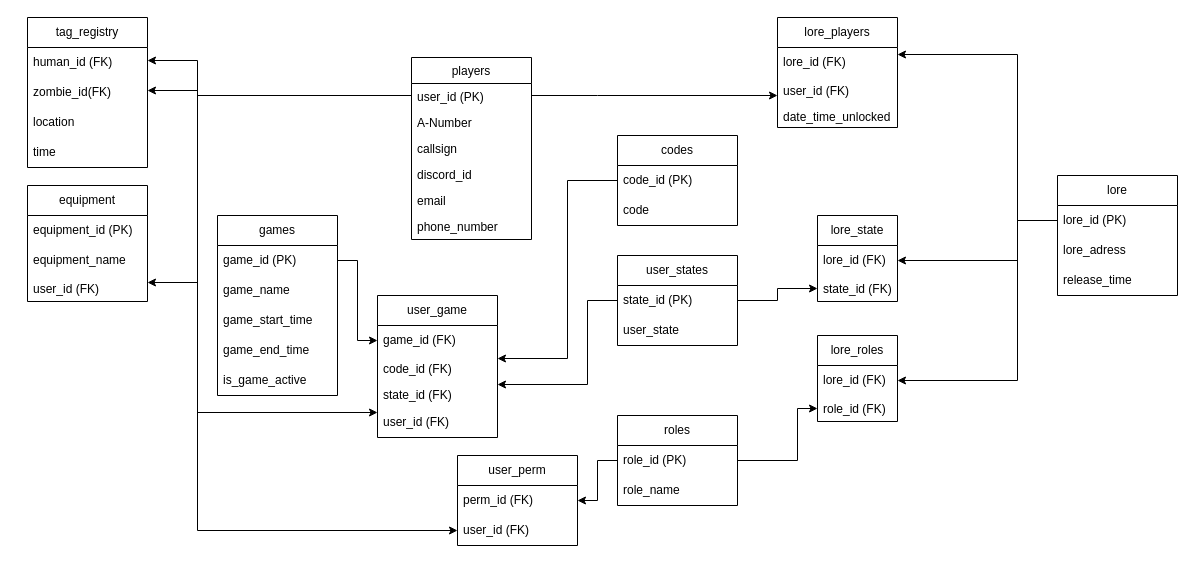
Before: HvZ SQL outline.drawio in hutonahill/HvZ_USU_Site, a draw.io diagram. Source tidied: cells renumbered, new cells numbered last; positions are measured from the earlier drawing's top-left corner, leaving out a move shared by most shapes. Both pictures are drawn from the tidied source at 100%, with x=0, y=0 at pixel (27, 17).
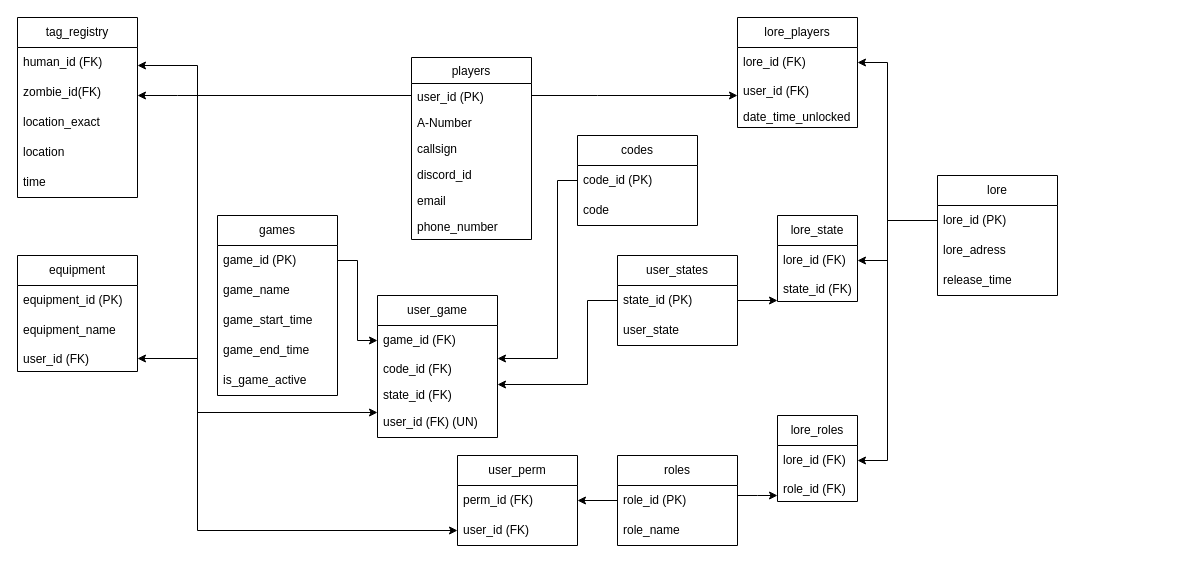
Above is the later version.

Commit message:
reformated SQL outline

Unchanged cells that the change refers to:
```xml
<mxCell id="3" value="user_id (PK)" style="text;align=left;verticalAlign=top;spacingLeft=4;spacingRight=4;overflow=hidden;points=[[0,0.5],[1,0.5]];portConstraint=eastwest;rounded=0;shadow=0;html=0;" parent="2" vertex="1">
  <mxGeometry y="26" width="120" height="26" as="geometry" />
</mxCell>
<mxCell id="10" value="code_id (PK)" style="text;strokeColor=none;fillColor=none;align=left;verticalAlign=middle;spacingLeft=4;spacingRight=4;overflow=hidden;points=[[0,0.5],[1,0.5]];portConstraint=eastwest;whiteSpace=wrap;html=1;" parent="9" vertex="1">
  <mxGeometry y="30" width="120" height="30" as="geometry" />
</mxCell>
<mxCell id="14" value="state_id (PK)" style="text;strokeColor=none;fillColor=none;align=left;verticalAlign=middle;spacingLeft=4;spacingRight=4;overflow=hidden;points=[[0,0.5],[1,0.5]];portConstraint=eastwest;whiteSpace=wrap;html=1;" parent="13" vertex="1">
  <mxGeometry y="30" width="120" height="30" as="geometry" />
</mxCell>
<mxCell id="17" value="role_id (PK)" style="text;strokeColor=none;fillColor=none;align=left;verticalAlign=middle;spacingLeft=4;spacingRight=4;overflow=hidden;points=[[0,0.5],[1,0.5]];portConstraint=eastwest;whiteSpace=wrap;html=1;" parent="16" vertex="1">
  <mxGeometry y="30" width="120" height="30" as="geometry" />
</mxCell>
<mxCell id="20" value="human_id (FK)" style="text;strokeColor=none;fillColor=none;align=left;verticalAlign=middle;spacingLeft=4;spacingRight=4;overflow=hidden;points=[[0,0.5],[1,0.5]];portConstraint=eastwest;whiteSpace=wrap;html=1;" parent="19" vertex="1">
  <mxGeometry y="30" width="120" height="30" as="geometry" />
</mxCell>
<mxCell id="21" value="zombie_id(FK)" style="text;strokeColor=none;fillColor=none;align=left;verticalAlign=middle;spacingLeft=4;spacingRight=4;overflow=hidden;points=[[0,0.5],[1,0.5]];portConstraint=eastwest;whiteSpace=wrap;html=1;" parent="19" vertex="1">
  <mxGeometry y="60" width="120" height="30" as="geometry" />
</mxCell>
<mxCell id="28" value="lore_id (PK)" style="text;strokeColor=none;fillColor=none;align=left;verticalAlign=middle;spacingLeft=4;spacingRight=4;overflow=hidden;points=[[0,0.5],[1,0.5]];portConstraint=eastwest;whiteSpace=wrap;html=1;" parent="27" vertex="1">
  <mxGeometry y="30" width="120" height="30" as="geometry" />
</mxCell>
<mxCell id="32" value="lore_id (FK)" style="text;strokeColor=none;fillColor=none;align=left;verticalAlign=middle;spacingLeft=4;spacingRight=4;overflow=hidden;points=[[0,0.5],[1,0.5]];portConstraint=eastwest;whiteSpace=wrap;html=1;" parent="31" vertex="1">
  <mxGeometry y="30" width="120" height="30" as="geometry" />
</mxCell>
<mxCell id="39" value="user_id (FK)" style="text;align=left;verticalAlign=top;spacingLeft=4;spacingRight=4;overflow=hidden;points=[[0,0.5],[1,0.5]];portConstraint=eastwest;rounded=0;shadow=0;html=0;" parent="36" vertex="1">
  <mxGeometry y="90" width="120" height="26" as="geometry" />
</mxCell>
<mxCell id="43" value="lore_id (FK)" style="text;strokeColor=none;fillColor=none;align=left;verticalAlign=middle;spacingLeft=4;spacingRight=4;overflow=hidden;points=[[0,0.5],[1,0.5]];portConstraint=eastwest;whiteSpace=wrap;html=1;" parent="42" vertex="1">
  <mxGeometry y="30" width="80" height="30" as="geometry" />
</mxCell>
<mxCell id="44" value="state_id (FK)" style="text;align=left;verticalAlign=top;spacingLeft=4;spacingRight=4;overflow=hidden;points=[[0,0.5],[1,0.5]];portConstraint=eastwest;rounded=0;shadow=0;html=0;" parent="42" vertex="1">
  <mxGeometry y="60" width="80" height="26" as="geometry" />
</mxCell>
<mxCell id="53" value="lore_id (FK)" style="text;strokeColor=none;fillColor=none;align=left;verticalAlign=middle;spacingLeft=4;spacingRight=4;overflow=hidden;points=[[0,0.5],[1,0.5]];portConstraint=eastwest;whiteSpace=wrap;html=1;" parent="52" vertex="1">
  <mxGeometry y="30" width="80" height="30" as="geometry" />
</mxCell>
<mxCell id="54" value="role_id (FK)" style="text;align=left;verticalAlign=top;spacingLeft=4;spacingRight=4;overflow=hidden;points=[[0,0.5],[1,0.5]];portConstraint=eastwest;rounded=0;shadow=0;html=0;" parent="52" vertex="1">
  <mxGeometry y="60" width="80" height="26" as="geometry" />
</mxCell>
<mxCell id="58" value="game_id (PK)" style="text;strokeColor=none;fillColor=none;align=left;verticalAlign=middle;spacingLeft=4;spacingRight=4;overflow=hidden;points=[[0,0.5],[1,0.5]];portConstraint=eastwest;whiteSpace=wrap;html=1;" parent="57" vertex="1">
  <mxGeometry y="30" width="120" height="30" as="geometry" />
</mxCell>
<mxCell id="63" value="user_game" style="swimlane;fontStyle=0;horizontal=1;startSize=30;whiteSpace=wrap;html=1;" parent="1" vertex="1">
  <mxGeometry x="350" y="278" width="120" height="142" as="geometry" />
</mxCell>
<mxCell id="64" value="game_id (FK)" style="text;strokeColor=none;fillColor=none;align=left;verticalAlign=middle;spacingLeft=4;spacingRight=4;overflow=hidden;points=[[0,0.5],[1,0.5]];portConstraint=eastwest;whiteSpace=wrap;html=1;" parent="63" vertex="1">
  <mxGeometry y="30" width="120" height="30" as="geometry" />
</mxCell>
<mxCell id="65" value="code_id (FK)" style="text;align=left;verticalAlign=top;spacingLeft=4;spacingRight=4;overflow=hidden;points=[[0,0.5],[1,0.5]];portConstraint=eastwest;rounded=0;shadow=0;html=0;" parent="63" vertex="1">
  <mxGeometry y="60" width="120" height="26" as="geometry" />
</mxCell>
```

The edit, as a diff of the source:
```diff
@@
     <mxCell id="9" value="codes" style="swimlane;fontStyle=0;horizontal=1;startSize=30;whiteSpace=wrap;html=1;" parent="1" vertex="1">
-      <mxGeometry x="590" y="118" width="120" height="90" as="geometry" />
+      <mxGeometry x="550" y="118" width="120" height="90" as="geometry" />
     </mxCell>
@@
     <mxCell id="16" value="roles" style="swimlane;fontStyle=0;horizontal=1;startSize=30;whiteSpace=wrap;html=1;" parent="1" vertex="1">
-      <mxGeometry x="590" y="398" width="120" height="90" as="geometry" />
+      <mxGeometry x="590" y="438" width="120" height="90" as="geometry" />
     </mxCell>
@@
     <mxCell id="19" value="tag_registry" style="swimlane;fontStyle=0;horizontal=1;startSize=30;whiteSpace=wrap;html=1;" parent="1" vertex="1">
-      <mxGeometry width="120" height="150" as="geometry" />
+      <mxGeometry x="-10" width="120" height="180" as="geometry" />
     </mxCell>
@@
+    <mxCell id="70" value="location_exact" style="text;strokeColor=none;fillColor=none;align=left;verticalAlign=middle;spacingLeft=4;spacingRight=4;overflow=hidden;whiteSpace=wrap;html=1;" parent="19" vertex="1">
+      <mxGeometry y="90" width="120" height="30" as="geometry" />
+    </mxCell>
     <mxCell id="22" value="location" style="text;strokeColor=none;fillColor=none;align=left;verticalAlign=middle;spacingLeft=4;spacingRight=4;overflow=hidden;whiteSpace=wrap;html=1;" parent="19" vertex="1">
-      <mxGeometry y="90" width="120" height="30" as="geometry" />
+      <mxGeometry y="120" width="120" height="30" as="geometry" />
     </mxCell>
     <mxCell id="23" value="time" style="text;strokeColor=none;fillColor=none;align=left;verticalAlign=middle;spacingLeft=4;spacingRight=4;overflow=hidden;whiteSpace=wrap;html=1;" parent="19" vertex="1">
-      <mxGeometry y="120" width="120" height="30" as="geometry" />
+      <mxGeometry y="150" width="120" height="30" as="geometry" />
     </mxCell>
     <mxCell id="24" style="edgeStyle=orthogonalEdgeStyle;rounded=0;jettySize=auto;html=1;" parent="1" edge="1" source="3" target="20">
       <mxGeometry relative="1" as="geometry">
         <Array as="points">
           <mxPoint x="170" y="78" />
-          <mxPoint x="170" y="43" />
+          <mxPoint x="170" y="48" />
         </Array>
       </mxGeometry>
     </mxCell>
     <mxCell id="25" style="edgeStyle=orthogonalEdgeStyle;rounded=0;jettySize=auto;html=1;" parent="1" edge="1" source="3" target="21">
       <mxGeometry relative="1" as="geometry">
         <Array as="points">
-          <mxPoint x="170" y="78" />
-          <mxPoint x="170" y="73" />
+          <mxPoint x="150" y="78" />
+          <mxPoint x="150" y="78" />
         </Array>
       </mxGeometry>
     </mxCell>
     <mxCell id="26" style="edgeStyle=orthogonalEdgeStyle;rounded=0;jettySize=auto;html=1;" parent="1" edge="1" source="10" target="65">
       <mxGeometry relative="1" as="geometry">
         <Array as="points">
-          <mxPoint x="540" y="163" />
-          <mxPoint x="540" y="341" />
+          <mxPoint x="530" y="163" />
+          <mxPoint x="530" y="341" />
         </Array>
       </mxGeometry>
     </mxCell>
     <mxCell id="27" value="lore" style="swimlane;fontStyle=0;horizontal=1;startSize=30;whiteSpace=wrap;html=1;" parent="1" vertex="1">
-      <mxGeometry x="1030" y="158" width="120" height="120" as="geometry" />
+      <mxGeometry x="910" y="158" width="120" height="120" as="geometry" />
     </mxCell>
@@
     <mxCell id="31" value="lore_players" style="swimlane;fontStyle=0;horizontal=1;startSize=30;whiteSpace=wrap;html=1;" parent="1" vertex="1">
-      <mxGeometry x="750" width="120" height="110" as="geometry" />
+      <mxGeometry x="710" width="120" height="110" as="geometry" />
     </mxCell>
@@
     <mxCell id="35" style="edgeStyle=orthogonalEdgeStyle;rounded=0;jettySize=auto;html=1;" parent="1" edge="1" source="28" target="32">
       <mxGeometry relative="1" as="geometry">
         <Array as="points">
-          <mxPoint x="990" y="203" />
-          <mxPoint x="990" y="37" />
+          <mxPoint x="860" y="203" />
+          <mxPoint x="860" y="45" />
         </Array>
       </mxGeometry>
     </mxCell>
     <mxCell id="36" value="equipment" style="swimlane;fontStyle=0;horizontal=1;startSize=30;whiteSpace=wrap;html=1;" parent="1" vertex="1">
-      <mxGeometry y="168" width="120" height="116" as="geometry" />
+      <mxGeometry x="-10" y="238" width="120" height="116" as="geometry" />
     </mxCell>
@@
     <mxCell id="40" style="edgeStyle=orthogonalEdgeStyle;rounded=0;jettySize=auto;html=1;" parent="1" edge="1" source="3" target="39">
       <mxGeometry relative="1" as="geometry">
         <Array as="points">
           <mxPoint x="170" y="78" />
-          <mxPoint x="170" y="265" />
+          <mxPoint x="170" y="341" />
         </Array>
       </mxGeometry>
     </mxCell>
@@
     <mxCell id="42" value="lore_state" style="swimlane;fontStyle=0;horizontal=1;startSize=30;whiteSpace=wrap;html=1;" parent="1" vertex="1">
-      <mxGeometry x="790" y="198" width="80" height="86" as="geometry" />
+      <mxGeometry x="750" y="198" width="80" height="86" as="geometry" />
     </mxCell>
@@
     <mxCell id="45" style="edgeStyle=orthogonalEdgeStyle;rounded=0;jettySize=auto;html=1;" parent="1" edge="1" source="28" target="43">
       <mxGeometry relative="1" as="geometry">
         <Array as="points">
-          <mxPoint x="990" y="203" />
-          <mxPoint x="990" y="243" />
+          <mxPoint x="860" y="203" />
+          <mxPoint x="860" y="243" />
         </Array>
       </mxGeometry>
     </mxCell>
     <mxCell id="46" style="edgeStyle=orthogonalEdgeStyle;rounded=0;jettySize=auto;html=1;" parent="1" edge="1" source="14" target="44">
       <mxGeometry relative="1" as="geometry">
         <Array as="points">
-          <mxPoint x="750" y="283" />
-          <mxPoint x="750" y="271" />
+          <mxPoint x="770" y="283" />
+          <mxPoint x="770" y="283" />
         </Array>
       </mxGeometry>
     </mxCell>
@@
     <mxCell id="52" value="lore_roles" style="swimlane;fontStyle=0;horizontal=1;startSize=30;whiteSpace=wrap;html=1;" parent="1" vertex="1">
-      <mxGeometry x="790" y="318" width="80" height="86" as="geometry" />
+      <mxGeometry x="750" y="398" width="80" height="86" as="geometry" />
     </mxCell>
@@
     <mxCell id="55" style="edgeStyle=orthogonalEdgeStyle;rounded=0;jettySize=auto;html=1;" parent="1" edge="1" source="17" target="54">
       <mxGeometry relative="1" as="geometry">
         <Array as="points">
-          <mxPoint x="770" y="443" />
-          <mxPoint x="770" y="391" />
+          <mxPoint x="730" y="478" />
+          <mxPoint x="730" y="478" />
         </Array>
       </mxGeometry>
     </mxCell>
     <mxCell id="56" style="edgeStyle=orthogonalEdgeStyle;rounded=0;jettySize=auto;html=1;" parent="1" edge="1" source="28" target="53">
       <mxGeometry relative="1" as="geometry">
         <Array as="points">
-          <mxPoint x="990" y="203" />
-          <mxPoint x="990" y="363" />
+          <mxPoint x="860" y="203" />
+          <mxPoint x="860" y="443" />
         </Array>
       </mxGeometry>
     </mxCell>
@@
-    <mxCell id="67" value="user_id (FK)" style="text;strokeColor=none;fillColor=none;align=left;verticalAlign=middle;spacingLeft=4;spacingRight=4;overflow=hidden;points=[[0,0.5],[1,0.5]];portConstraint=eastwest;whiteSpace=wrap;html=1;" parent="63" vertex="1">
+    <mxCell id="67" value="user_id (FK) (UN)" style="text;strokeColor=none;fillColor=none;align=left;verticalAlign=middle;spacingLeft=4;spacingRight=4;overflow=hidden;points=[[0,0.5],[1,0.5]];portConstraint=eastwest;whiteSpace=wrap;html=1;" parent="63" vertex="1">
       <mxGeometry y="112" width="120" height="30" as="geometry" />
     </mxCell>
@@
     <mxCell id="69" style="edgeStyle=orthogonalEdgeStyle;rounded=0;jettySize=auto;html=1;" parent="1" edge="1" source="58" target="64">
-      <mxGeometry relative="1" as="geometry" />
+      <mxGeometry relative="1" as="geometry">
+        <Array as="points">
+          <mxPoint x="330" y="243" />
+          <mxPoint x="330" y="323" />
+        </Array>
+      </mxGeometry>
     </mxCell>
```
